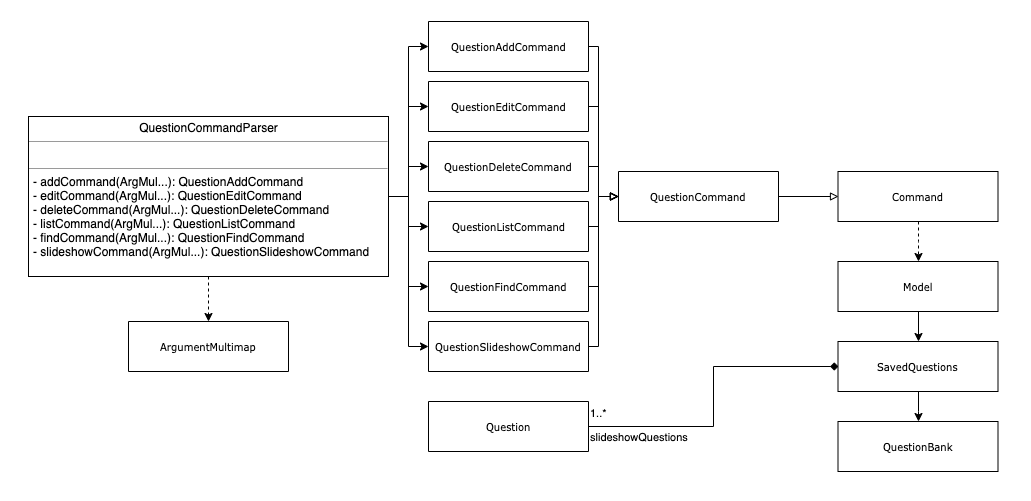
Above: images/QuestionsClassDiagram.png in AY1920S1-CS2103T-W13-2/main (draw.io), before the change. Source tidied: cells renumbered, new cells last; positions are measured from the earlier drawing's top-left corner, leaving out a move shared by most shapes.
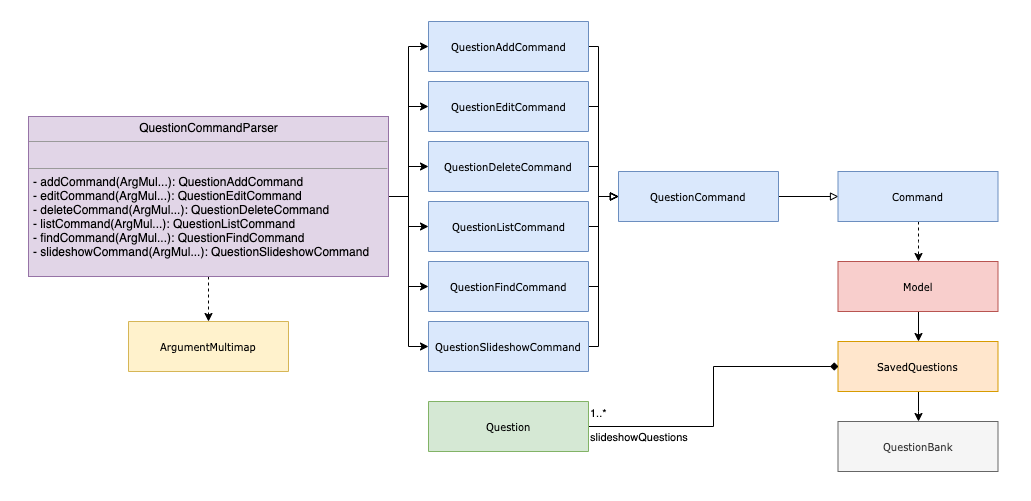
After the commit.

Change to the diagram source:
```diff
@@ -26,7 +26,7 @@
     <mxCell id="9" style="edgeStyle=orthogonalEdgeStyle;rounded=0;jettySize=auto;html=1;dashed=1;startArrow=none;startFill=0;endArrow=classic;endFill=1;" parent="1" edge="1" source="10" target="29">
       <mxGeometry relative="1" as="geometry" />
     </mxCell>
-    <mxCell id="10" value="&lt;p style=&quot;margin: 0px ; margin-top: 4px ; text-align: center&quot;&gt;QuestionCommandParser&lt;/p&gt;&lt;hr size=&quot;1&quot;&gt;&lt;p style=&quot;margin: 0px ; margin-left: 4px&quot;&gt;&lt;br&gt;&lt;/p&gt;&lt;hr size=&quot;1&quot;&gt;&lt;p style=&quot;margin: 0px ; margin-left: 4px&quot;&gt;- addCommand(ArgMul...): QuestionAddCommand&lt;br&gt;- editCommand(ArgMul...): QuestionEditCommand&lt;/p&gt;&lt;p style=&quot;margin: 0px ; margin-left: 4px&quot;&gt;- deleteCommand(ArgMul...): QuestionDeleteCommand&lt;br&gt;&lt;/p&gt;&lt;p style=&quot;margin: 0px 0px 0px 4px&quot;&gt;- listCommand(ArgMul...): QuestionListCommand&lt;/p&gt;&lt;p style=&quot;margin: 0px 0px 0px 4px&quot;&gt;- findCommand(ArgMul...): QuestionFindCommand&lt;/p&gt;&lt;p style=&quot;margin: 0px ; margin-left: 4px&quot;&gt;- slideshowCommand(ArgMul...): QuestionSlideshowCommand&lt;/p&gt;" style="verticalAlign=top;align=left;overflow=fill;fontSize=12;fontFamily=Helvetica;html=1;rounded=0;shadow=0;comic=0;labelBackgroundColor=none;strokeWidth=1;" parent="1" vertex="1">
+    <mxCell id="10" value="&lt;p style=&quot;margin: 0px ; margin-top: 4px ; text-align: center&quot;&gt;QuestionCommandParser&lt;/p&gt;&lt;hr size=&quot;1&quot;&gt;&lt;p style=&quot;margin: 0px ; margin-left: 4px&quot;&gt;&lt;br&gt;&lt;/p&gt;&lt;hr size=&quot;1&quot;&gt;&lt;p style=&quot;margin: 0px ; margin-left: 4px&quot;&gt;- addCommand(ArgMul...): QuestionAddCommand&lt;br&gt;- editCommand(ArgMul...): QuestionEditCommand&lt;/p&gt;&lt;p style=&quot;margin: 0px ; margin-left: 4px&quot;&gt;- deleteCommand(ArgMul...): QuestionDeleteCommand&lt;br&gt;&lt;/p&gt;&lt;p style=&quot;margin: 0px 0px 0px 4px&quot;&gt;- listCommand(ArgMul...): QuestionListCommand&lt;/p&gt;&lt;p style=&quot;margin: 0px 0px 0px 4px&quot;&gt;- findCommand(ArgMul...): QuestionFindCommand&lt;/p&gt;&lt;p style=&quot;margin: 0px ; margin-left: 4px&quot;&gt;- slideshowCommand(ArgMul...): QuestionSlideshowCommand&lt;/p&gt;" style="verticalAlign=top;align=left;overflow=fill;fontSize=12;fontFamily=Helvetica;html=1;rounded=0;shadow=0;comic=0;labelBackgroundColor=none;strokeWidth=1;fillColor=#e1d5e7;strokeColor=#9673a6;" parent="1" vertex="1">
       <mxGeometry x="28" y="116" width="360" height="160" as="geometry" />
     </mxCell>
     <mxCell id="11" style="edgeStyle=orthogonalEdgeStyle;rounded=0;jettySize=auto;html=1;entryX=0;entryY=0.5;entryDx=0;entryDy=0;startArrow=none;startFill=0;endArrow=block;endFill=0;" parent="1" edge="1" source="12" target="24">
@@ -37,7 +37,7 @@
         </Array>
       </mxGeometry>
     </mxCell>
-    <mxCell id="12" value="QuestionAddCommand" style="swimlane;html=1;fontStyle=0;horizontal=1;startSize=50;fillColor=none;swimlaneFillColor=#ffffff;rounded=0;shadow=0;comic=0;labelBackgroundColor=none;strokeColor=#000000;strokeWidth=1;fontFamily=Verdana;fontSize=10;fontColor=#000000;align=center;" parent="1" vertex="1">
+    <mxCell id="12" value="QuestionAddCommand" style="swimlane;html=1;fontStyle=0;horizontal=1;startSize=50;fillColor=#dae8fc;swimlaneFillColor=#ffffff;rounded=0;shadow=0;comic=0;labelBackgroundColor=none;strokeColor=#6c8ebf;strokeWidth=1;fontFamily=Verdana;fontSize=10;align=center;" parent="1" vertex="1">
       <mxGeometry x="428" y="21" width="160" height="50" as="geometry" />
     </mxCell>
     <mxCell id="13" style="edgeStyle=orthogonalEdgeStyle;rounded=0;jettySize=auto;html=1;entryX=0;entryY=0.5;entryDx=0;entryDy=0;startArrow=none;startFill=0;endArrow=block;endFill=0;" parent="1" edge="1" source="14" target="24">
@@ -48,7 +48,7 @@
         </Array>
       </mxGeometry>
     </mxCell>
-    <mxCell id="14" value="QuestionEditCommand" style="swimlane;html=1;fontStyle=0;horizontal=1;startSize=50;fillColor=none;swimlaneFillColor=#ffffff;rounded=0;shadow=0;comic=0;labelBackgroundColor=none;strokeColor=#000000;strokeWidth=1;fontFamily=Verdana;fontSize=10;fontColor=#000000;align=center;" parent="1" vertex="1">
+    <mxCell id="14" value="QuestionEditCommand" style="swimlane;html=1;fontStyle=0;horizontal=1;startSize=50;fillColor=#dae8fc;swimlaneFillColor=#ffffff;rounded=0;shadow=0;comic=0;labelBackgroundColor=none;strokeColor=#6c8ebf;strokeWidth=1;fontFamily=Verdana;fontSize=10;align=center;" parent="1" vertex="1">
       <mxGeometry x="428" y="81" width="160" height="50" as="geometry" />
     </mxCell>
     <mxCell id="15" style="edgeStyle=orthogonalEdgeStyle;rounded=0;jettySize=auto;html=1;startArrow=none;startFill=0;endArrow=block;endFill=0;" parent="1" edge="1" source="16" target="24">
@@ -59,7 +59,7 @@
         </Array>
       </mxGeometry>
     </mxCell>
-    <mxCell id="16" value="QuestionDeleteCommand" style="swimlane;html=1;fontStyle=0;horizontal=1;startSize=50;fillColor=none;swimlaneFillColor=#ffffff;rounded=0;shadow=0;comic=0;labelBackgroundColor=none;strokeColor=#000000;strokeWidth=1;fontFamily=Verdana;fontSize=10;fontColor=#000000;align=center;" parent="1" vertex="1">
+    <mxCell id="16" value="QuestionDeleteCommand" style="swimlane;html=1;fontStyle=0;horizontal=1;startSize=50;fillColor=#dae8fc;swimlaneFillColor=#ffffff;rounded=0;shadow=0;comic=0;labelBackgroundColor=none;strokeColor=#6c8ebf;strokeWidth=1;fontFamily=Verdana;fontSize=10;align=center;" parent="1" vertex="1">
       <mxGeometry x="428" y="141" width="160" height="50" as="geometry" />
     </mxCell>
     <mxCell id="17" style="edgeStyle=orthogonalEdgeStyle;rounded=0;jettySize=auto;html=1;startArrow=none;startFill=0;endArrow=block;endFill=0;" parent="1" edge="1" source="18" target="24">
@@ -70,7 +70,7 @@
         </Array>
       </mxGeometry>
     </mxCell>
-    <mxCell id="18" value="QuestionSlideshowCommand" style="swimlane;html=1;fontStyle=0;horizontal=1;startSize=50;fillColor=none;swimlaneFillColor=#ffffff;rounded=0;shadow=0;comic=0;labelBackgroundColor=none;strokeColor=#000000;strokeWidth=1;fontFamily=Verdana;fontSize=10;fontColor=#000000;align=center;" parent="1" vertex="1">
+    <mxCell id="18" value="QuestionSlideshowCommand" style="swimlane;html=1;fontStyle=0;horizontal=1;startSize=50;fillColor=#dae8fc;swimlaneFillColor=#ffffff;rounded=0;shadow=0;comic=0;labelBackgroundColor=none;strokeColor=#6c8ebf;strokeWidth=1;fontFamily=Verdana;fontSize=10;align=center;" parent="1" vertex="1">
       <mxGeometry x="428" y="321" width="160" height="50" as="geometry" />
     </mxCell>
     <mxCell id="19" style="edgeStyle=orthogonalEdgeStyle;rounded=0;jettySize=auto;html=1;startArrow=none;startFill=0;endArrow=block;endFill=0;" parent="1" edge="1" source="20" target="24">
@@ -81,7 +81,7 @@
         </Array>
       </mxGeometry>
     </mxCell>
-    <mxCell id="20" value="QuestionListCommand" style="swimlane;html=1;fontStyle=0;horizontal=1;startSize=50;fillColor=none;swimlaneFillColor=#ffffff;rounded=0;shadow=0;comic=0;labelBackgroundColor=none;strokeColor=#000000;strokeWidth=1;fontFamily=Verdana;fontSize=10;fontColor=#000000;align=center;" parent="1" vertex="1">
+    <mxCell id="20" value="QuestionListCommand" style="swimlane;html=1;fontStyle=0;horizontal=1;startSize=50;fillColor=#dae8fc;swimlaneFillColor=#ffffff;rounded=0;shadow=0;comic=0;labelBackgroundColor=none;strokeColor=#6c8ebf;strokeWidth=1;fontFamily=Verdana;fontSize=10;align=center;" parent="1" vertex="1">
       <mxGeometry x="428" y="201" width="160" height="50" as="geometry" />
     </mxCell>
     <mxCell id="21" style="edgeStyle=orthogonalEdgeStyle;rounded=0;jettySize=auto;html=1;startArrow=none;startFill=0;endArrow=block;endFill=0;" parent="1" edge="1" source="22" target="24">
@@ -92,37 +92,37 @@
         </Array>
       </mxGeometry>
     </mxCell>
-    <mxCell id="22" value="QuestionFindCommand" style="swimlane;html=1;fontStyle=0;horizontal=1;startSize=50;fillColor=none;swimlaneFillColor=#ffffff;rounded=0;shadow=0;comic=0;labelBackgroundColor=none;strokeColor=#000000;strokeWidth=1;fontFamily=Verdana;fontSize=10;fontColor=#000000;align=center;" parent="1" vertex="1">
+    <mxCell id="22" value="QuestionFindCommand" style="swimlane;html=1;fontStyle=0;horizontal=1;startSize=50;fillColor=#dae8fc;swimlaneFillColor=#ffffff;rounded=0;shadow=0;comic=0;labelBackgroundColor=none;strokeColor=#6c8ebf;strokeWidth=1;fontFamily=Verdana;fontSize=10;align=center;" parent="1" vertex="1">
       <mxGeometry x="428" y="261" width="160" height="50" as="geometry" />
     </mxCell>
     <mxCell id="23" style="edgeStyle=orthogonalEdgeStyle;rounded=0;jettySize=auto;html=1;entryX=0;entryY=0.5;entryDx=0;entryDy=0;startArrow=none;startFill=0;endArrow=block;endFill=0;" parent="1" edge="1" source="24" target="26">
       <mxGeometry relative="1" as="geometry" />
     </mxCell>
-    <mxCell id="24" value="QuestionCommand" style="swimlane;html=1;fontStyle=0;horizontal=1;startSize=50;fillColor=none;swimlaneFillColor=#ffffff;rounded=0;shadow=0;comic=0;labelBackgroundColor=none;strokeColor=#000000;strokeWidth=1;fontFamily=Verdana;fontSize=10;fontColor=#000000;align=center;" parent="1" vertex="1">
+    <mxCell id="24" value="QuestionCommand" style="swimlane;html=1;fontStyle=0;horizontal=1;startSize=50;fillColor=#dae8fc;swimlaneFillColor=#ffffff;rounded=0;shadow=0;comic=0;labelBackgroundColor=none;strokeColor=#6c8ebf;strokeWidth=1;fontFamily=Verdana;fontSize=10;align=center;" parent="1" vertex="1">
       <mxGeometry x="618" y="171" width="160" height="50" as="geometry" />
     </mxCell>
     <mxCell id="25" style="edgeStyle=orthogonalEdgeStyle;rounded=0;jettySize=auto;html=1;entryX=0.5;entryY=0;entryDx=0;entryDy=0;startArrow=none;startFill=0;endArrow=classic;endFill=1;dashed=1;" parent="1" edge="1" source="26" target="28">
       <mxGeometry relative="1" as="geometry" />
     </mxCell>
-    <mxCell id="26" value="Command" style="swimlane;html=1;fontStyle=0;horizontal=1;startSize=50;fillColor=none;swimlaneFillColor=#ffffff;rounded=0;shadow=0;comic=0;labelBackgroundColor=none;strokeColor=#000000;strokeWidth=1;fontFamily=Verdana;fontSize=10;fontColor=#000000;align=center;" parent="1" vertex="1">
+    <mxCell id="26" value="Command" style="swimlane;html=1;fontStyle=0;horizontal=1;startSize=50;fillColor=#dae8fc;swimlaneFillColor=#ffffff;rounded=0;shadow=0;comic=0;labelBackgroundColor=none;strokeColor=#6c8ebf;strokeWidth=1;fontFamily=Verdana;fontSize=10;align=center;" parent="1" vertex="1">
       <mxGeometry x="837.5" y="171" width="160" height="50" as="geometry" />
     </mxCell>
     <mxCell id="27" style="edgeStyle=orthogonalEdgeStyle;rounded=0;jettySize=auto;html=1;startArrow=none;startFill=0;endArrow=classic;endFill=1;" parent="1" edge="1" source="28" target="31">
       <mxGeometry relative="1" as="geometry" />
     </mxCell>
-    <mxCell id="28" value="Model" style="swimlane;html=1;fontStyle=0;horizontal=1;startSize=50;fillColor=none;swimlaneFillColor=#ffffff;rounded=0;shadow=0;comic=0;labelBackgroundColor=none;strokeColor=#000000;strokeWidth=1;fontFamily=Verdana;fontSize=10;fontColor=#000000;align=center;" parent="1" vertex="1">
+    <mxCell id="28" value="Model" style="swimlane;html=1;fontStyle=0;horizontal=1;startSize=50;fillColor=#f8cecc;swimlaneFillColor=#ffffff;rounded=0;shadow=0;comic=0;labelBackgroundColor=none;strokeColor=#b85450;strokeWidth=1;fontFamily=Verdana;fontSize=10;align=center;" parent="1" vertex="1">
       <mxGeometry x="837.5" y="261" width="160" height="50" as="geometry" />
     </mxCell>
-    <mxCell id="29" value="ArgumentMultimap" style="swimlane;html=1;fontStyle=0;horizontal=1;startSize=50;fillColor=none;swimlaneFillColor=#ffffff;rounded=0;shadow=0;comic=0;labelBackgroundColor=none;strokeColor=#000000;strokeWidth=1;fontFamily=Verdana;fontSize=10;fontColor=#000000;align=center;" parent="1" vertex="1">
+    <mxCell id="29" value="ArgumentMultimap" style="swimlane;html=1;fontStyle=0;horizontal=1;startSize=50;fillColor=#fff2cc;swimlaneFillColor=#ffffff;rounded=0;shadow=0;comic=0;labelBackgroundColor=none;strokeColor=#d6b656;strokeWidth=1;fontFamily=Verdana;fontSize=10;align=center;" parent="1" vertex="1">
       <mxGeometry x="128" y="321" width="160" height="50" as="geometry" />
     </mxCell>
     <mxCell id="30" style="edgeStyle=orthogonalEdgeStyle;rounded=0;jettySize=auto;html=1;entryX=0.5;entryY=0;entryDx=0;entryDy=0;startArrow=none;startFill=0;endArrow=classic;endFill=1;" parent="1" edge="1" source="31" target="32">
       <mxGeometry relative="1" as="geometry" />
     </mxCell>
-    <mxCell id="31" value="SavedQuestions" style="swimlane;html=1;fontStyle=0;horizontal=1;startSize=50;fillColor=none;swimlaneFillColor=#ffffff;rounded=0;shadow=0;comic=0;labelBackgroundColor=none;strokeColor=#000000;strokeWidth=1;fontFamily=Verdana;fontSize=10;fontColor=#000000;align=center;" parent="1" vertex="1">
+    <mxCell id="31" value="SavedQuestions" style="swimlane;html=1;fontStyle=0;horizontal=1;startSize=50;fillColor=#ffe6cc;swimlaneFillColor=#ffffff;rounded=0;shadow=0;comic=0;labelBackgroundColor=none;strokeColor=#d79b00;strokeWidth=1;fontFamily=Verdana;fontSize=10;align=center;" parent="1" vertex="1">
       <mxGeometry x="837.5" y="341" width="160" height="50" as="geometry" />
     </mxCell>
-    <mxCell id="32" value="QuestionBank" style="swimlane;html=1;fontStyle=0;horizontal=1;startSize=50;fillColor=none;swimlaneFillColor=#ffffff;rounded=0;shadow=0;comic=0;labelBackgroundColor=none;strokeColor=#000000;strokeWidth=1;fontFamily=Verdana;fontSize=10;fontColor=#000000;align=center;" parent="1" vertex="1">
+    <mxCell id="32" value="QuestionBank" style="swimlane;html=1;fontStyle=0;horizontal=1;startSize=50;swimlaneFillColor=#ffffff;rounded=0;shadow=0;comic=0;labelBackgroundColor=none;strokeWidth=1;fontFamily=Verdana;fontSize=10;align=center;fillColor=#f5f5f5;strokeColor=#666666;fontColor=#333333;" parent="1" vertex="1">
       <mxGeometry x="837.5" y="421" width="160" height="50" as="geometry" />
     </mxCell>
     <mxCell id="33" value="&lt;font style=&quot;font-size: 11px&quot;&gt;1..*&lt;/font&gt;" style="edgeStyle=orthogonalEdgeStyle;rounded=0;jettySize=auto;html=1;entryX=0;entryY=0.5;entryDx=0;entryDy=0;startArrow=none;startFill=0;endArrow=diamond;endFill=1;" parent="1" edge="1" source="35" target="31">
@@ -133,7 +133,7 @@
         <mxPoint x="-71" y="39" as="offset" />
       </mxGeometry>
     </mxCell>
-    <mxCell id="35" value="Question" style="swimlane;html=1;fontStyle=0;horizontal=1;startSize=50;fillColor=none;swimlaneFillColor=#ffffff;rounded=0;shadow=0;comic=0;labelBackgroundColor=none;strokeColor=#000000;strokeWidth=1;fontFamily=Verdana;fontSize=10;fontColor=#000000;align=center;" parent="1" vertex="1">
+    <mxCell id="35" value="Question" style="swimlane;html=1;fontStyle=0;horizontal=1;startSize=50;fillColor=#d5e8d4;swimlaneFillColor=#ffffff;rounded=0;shadow=0;comic=0;labelBackgroundColor=none;strokeColor=#82b366;strokeWidth=1;fontFamily=Verdana;fontSize=10;align=center;" parent="1" vertex="1">
       <mxGeometry x="428" y="401" width="160" height="50" as="geometry" />
     </mxCell>
   </root>
```
